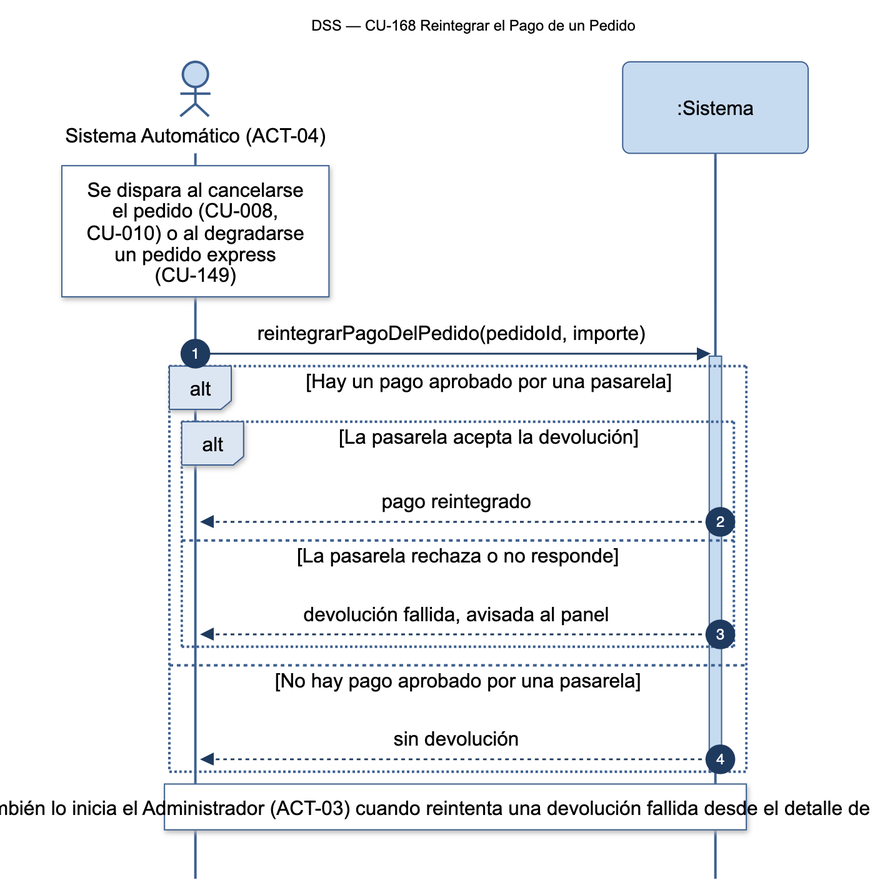
Above: diagramas/png/DSS_CU-168_Reintegrar-el-Pago-de-un-Pedido.png in Nahuelito-Dev/splg-docs (Mermaid), before the change. Its source is kept beside it as diagramas/DSS_CU-168_Reintegrar-el-Pago-de-un-Pedido.mmd.
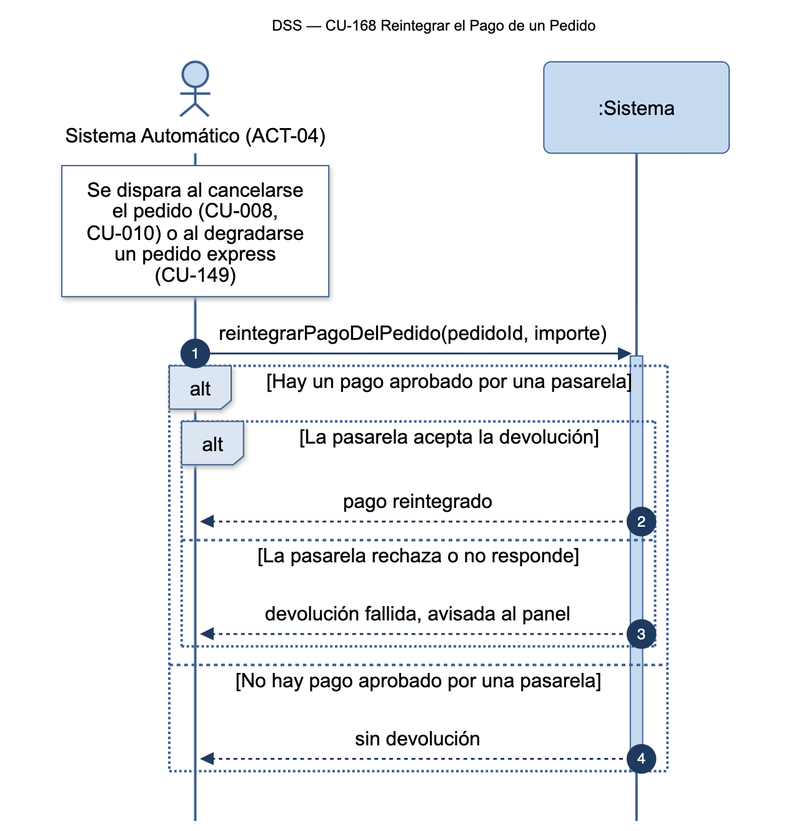
After the commit.

What changed in the source:
```diff
@@ -17,4 +17,3 @@
         SIS-->>SAU: sin devolución
     end
     deactivate SIS
-    Note over SAU,SIS: También lo inicia el Administrador (ACT-03) cuando reintenta una devolución fallida desde el detalle del pedido
```
